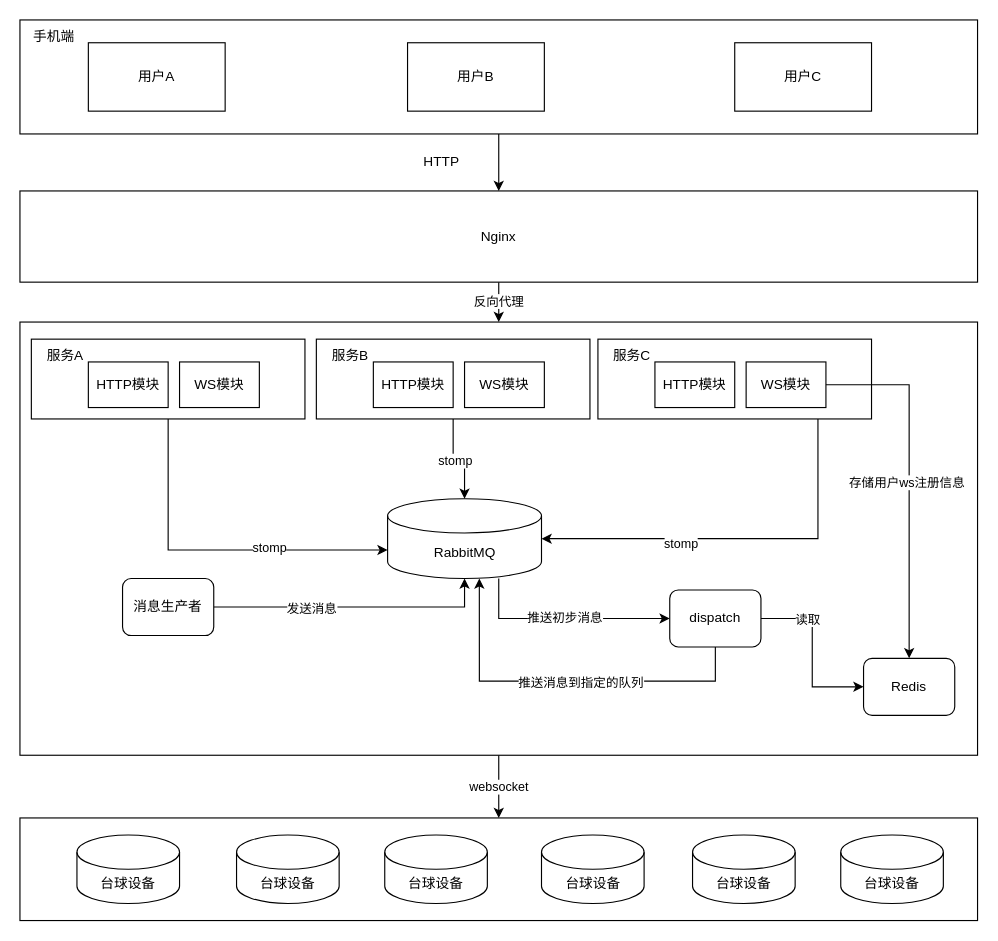
Before: Untitled Diagram.drawio in remember-5/draw-file, a draw.io diagram. Source tidied: cells renumbered, new cells numbered last; positions are measured from the earlier drawing's top-left corner, leaving out a move shared by most shapes. Both pictures are drawn from the tidied source at 114%, with x=0, y=0 at pixel (19, 19).
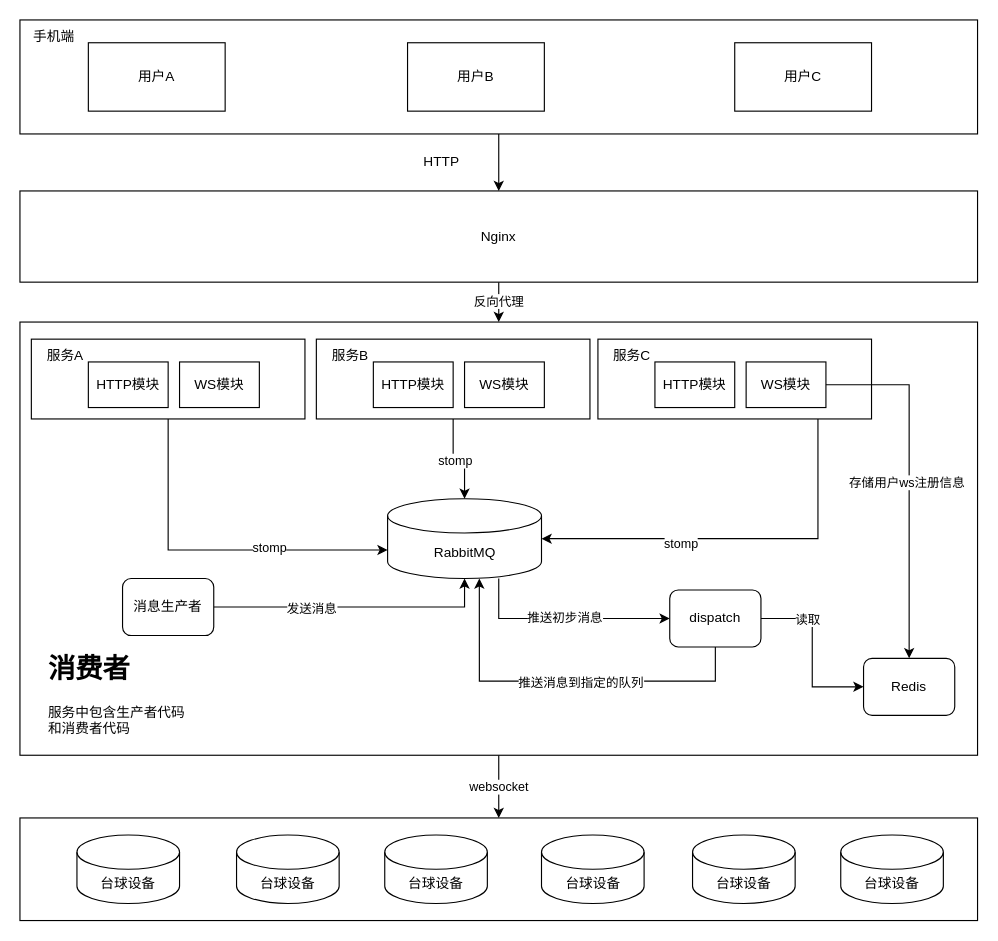
The same page after the edit.

The edit, as a diff of the source:
```diff
@@
+    <mxCell id="55" value="&lt;h1&gt;消费者&lt;/h1&gt;&lt;p&gt;服务中包含生产者代码和消费者代码&lt;/p&gt;" style="text;html=1;strokeColor=none;fillColor=none;spacing=5;spacingTop=-20;whiteSpace=wrap;overflow=hidden;rounded=0;" parent="1" vertex="1">
+      <mxGeometry x="20" y="550" width="131" height="80" as="geometry" />
+    </mxCell>
```
